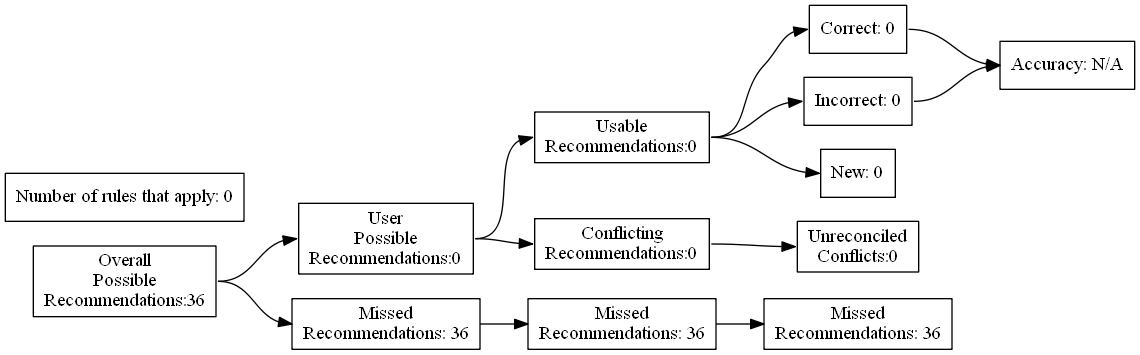
Above: test_renders/29.gv.png in ZaxR/ibd_diet_analysis (Graphviz), before the change. Its source is kept beside it as test_renders/29.gv.
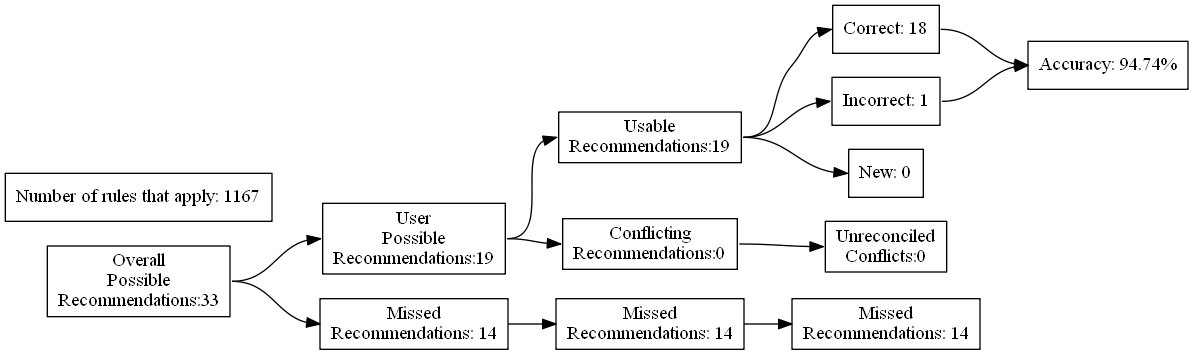
The same diagram one commit later.

The edit, as a diff of the source:
```diff
@@ -4,27 +4,27 @@
 	edge [headport=w tailport=e]
 		A [label="Overall
 Possible
-Recommendations:36"]
+Recommendations:33"]
 		B [label="User
 Possible
-Recommendations:0"]
+Recommendations:19"]
 		C [label="Missed
-Recommendations: 36"]
+Recommendations: 14"]
 		D [label="Usable
-Recommendations:0"]
+Recommendations:19"]
 		E [label="Conflicting
 Recommendations:0"]
 		J [label="Missed
-Recommendations: 36"]
+Recommendations: 14"]
 		M [label="Unreconciled
 Conflicts:0"]
-		F [label="Correct: 0"]
-		G [label="Incorrect: 0"]
+		F [label="Correct: 18"]
+		G [label="Incorrect: 1"]
 		H [label="New: 0"]
 		K [label="Missed
-Recommendations: 36"]
-		I [label="Accuracy: N/A"]
-		l [label="Number of rules that apply: 0"]
+Recommendations: 14"]
+		I [label="Accuracy: 94.74%"]
+		l [label="Number of rules that apply: 1167"]
 			A -> B
 			A -> C
 			B -> D
```
